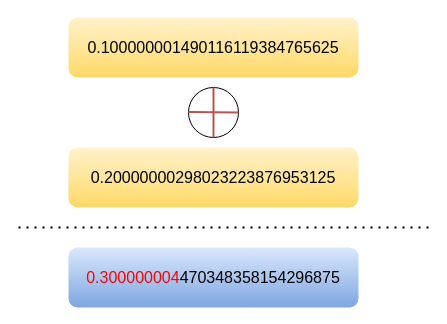
Earlier version of the draw.io diagram 操作系统/浮点/0.1+0.2.drawio (xiaolincoder/ImageHost3). Source tidied: cells renumbered, new cells numbered last; positions are measured from the earlier drawing's top-left corner, leaving out a move shared by most shapes. Both pictures are drawn from the tidied source at 100%, with x=0, y=0 at pixel (18, 17).
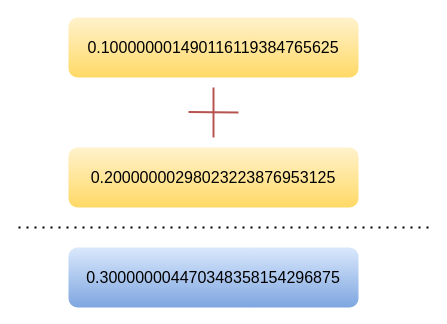
After the change.

Diff of the diagram source:
```diff
@@
 <mxGraphModel>
   <root>
     <mxCell id="0" />
     <mxCell id="1" parent="0" />
     <mxCell id="2" value="0.100000001490116119384765625" style="rounded=1;whiteSpace=wrap;html=1;gradientColor=#ffd966;fillColor=#fff2cc;fontSize=16;strokeColor=none;" parent="1" vertex="1">
       <mxGeometry x="50" width="290" height="60" as="geometry" />
     </mxCell>
     <mxCell id="3" value="0.20000000298023223876953125" style="rounded=1;whiteSpace=wrap;html=1;gradientColor=#ffd966;fillColor=#fff2cc;fontSize=16;strokeColor=none;" parent="1" vertex="1">
       <mxGeometry x="50" y="130" width="290" height="60" as="geometry" />
     </mxCell>
     <mxCell id="4" style="endArrow=none;dashed=1;html=1;dashPattern=1 3;strokeWidth=2;fontSize=16;" parent="1" edge="1">
       <mxGeometry relative="1" as="geometry">
         <mxPoint y="210" as="sourcePoint" />
         <mxPoint x="410" y="210" as="targetPoint" />
       </mxGeometry>
     </mxCell>
-    <mxCell id="5" value="&lt;font color=&quot;#ff0000&quot;&gt;0.300000004&lt;/font&gt;470348358154296875" style="rounded=1;whiteSpace=wrap;html=1;gradientColor=#7ea6e0;fillColor=#dae8fc;fontSize=16;strokeColor=none;" parent="1" vertex="1">
+    <mxCell id="5" value="&lt;font&gt;0.300000004&lt;/font&gt;470348358154296875" style="rounded=1;whiteSpace=wrap;html=1;gradientColor=#7ea6e0;fillColor=#dae8fc;fontSize=16;strokeColor=none;" parent="1" vertex="1">
       <mxGeometry x="50" y="230" width="290" height="60" as="geometry" />
     </mxCell>
-    <mxCell id="6" style="ellipse;whiteSpace=wrap;html=1;fontSize=16;" parent="1" vertex="1">
-      <mxGeometry x="170" y="70" width="50" height="50" as="geometry" />
-    </mxCell>
-    <mxCell id="7" style="endArrow=none;html=1;fontSize=16;entryX=1;entryY=0.5;entryDx=0;entryDy=0;strokeWidth=2;gradientColor=#ea6b66;fillColor=#f8cecc;strokeColor=#b85450;" parent="1" edge="1" target="6">
+    <mxCell id="7" style="endArrow=none;html=1;fontSize=16;entryX=1;entryY=0.5;entryDx=0;entryDy=0;strokeWidth=2;gradientColor=#ea6b66;fillColor=#f8cecc;strokeColor=#b85450;" parent="1" edge="1">
       <mxGeometry relative="1" as="geometry">
         <mxPoint x="170" y="94.5" as="sourcePoint" />
+        <mxPoint x="220" y="95" as="targetPoint" />
       </mxGeometry>
     </mxCell>
-    <mxCell id="8" style="endArrow=none;html=1;fontSize=16;entryX=0.5;entryY=0;entryDx=0;entryDy=0;strokeWidth=2;gradientColor=#ea6b66;fillColor=#f8cecc;strokeColor=#b85450;" parent="1" edge="1" target="6">
+    <mxCell id="8" style="endArrow=none;html=1;fontSize=16;entryX=0.5;entryY=0;entryDx=0;entryDy=0;strokeWidth=2;gradientColor=#ea6b66;fillColor=#f8cecc;strokeColor=#b85450;" parent="1" edge="1">
       <mxGeometry relative="1" as="geometry">
         <mxPoint x="195" y="120" as="sourcePoint" />
+        <mxPoint x="195" y="70" as="targetPoint" />
       </mxGeometry>
     </mxCell>
   </root>
 </mxGraphModel>
```
